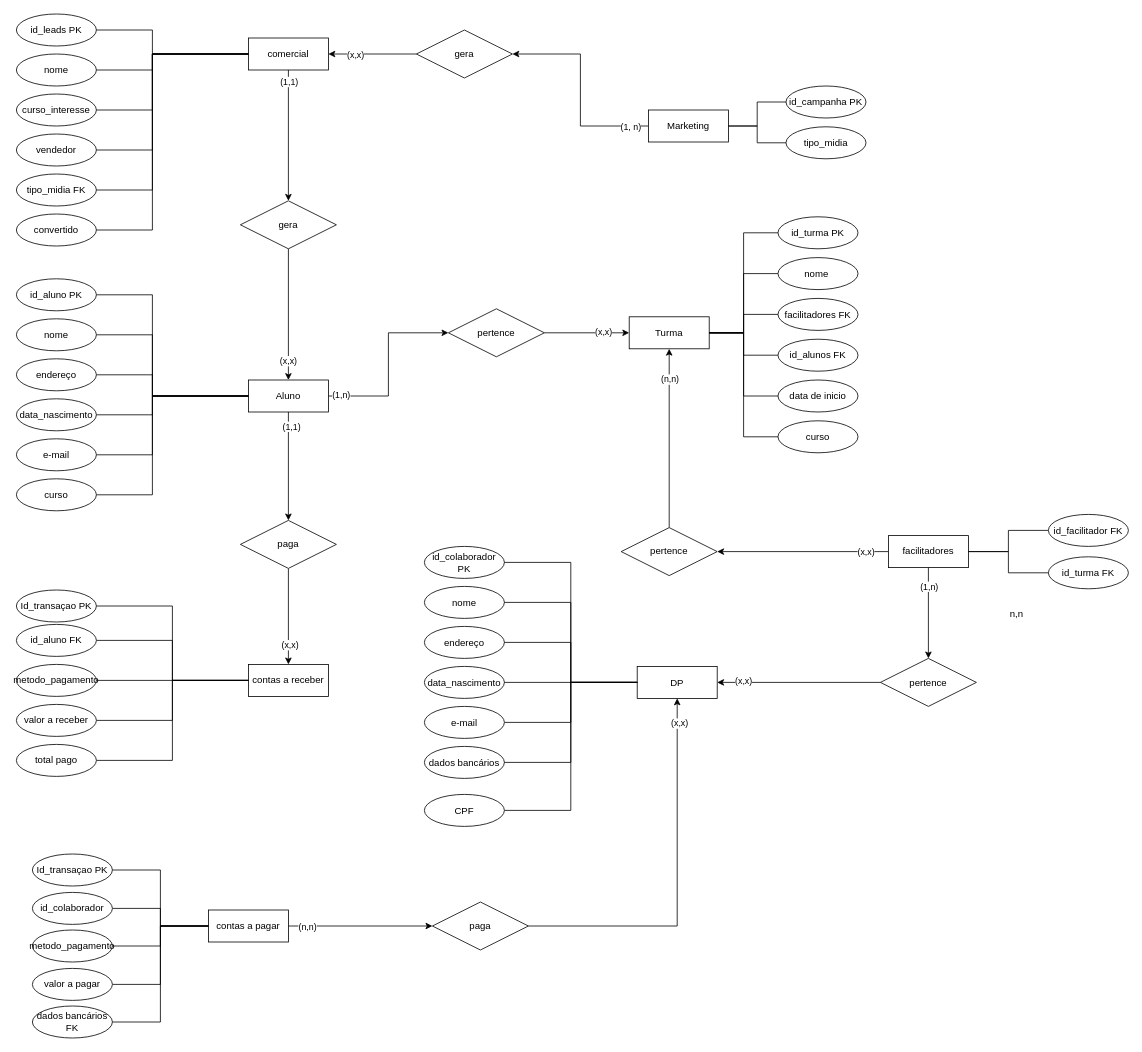
Earlier version of the draw.io diagram entidades secretaria e alunos.drawio (brunnabrito/projeto_modulo3_resilia_grupo1). Source tidied: cells renumbered, new cells numbered last; positions are measured from the earlier drawing's top-left corner, leaving out a move shared by most shapes. Both pictures are drawn from the tidied source at 80%, with x=0, y=0 at pixel (16, 14).
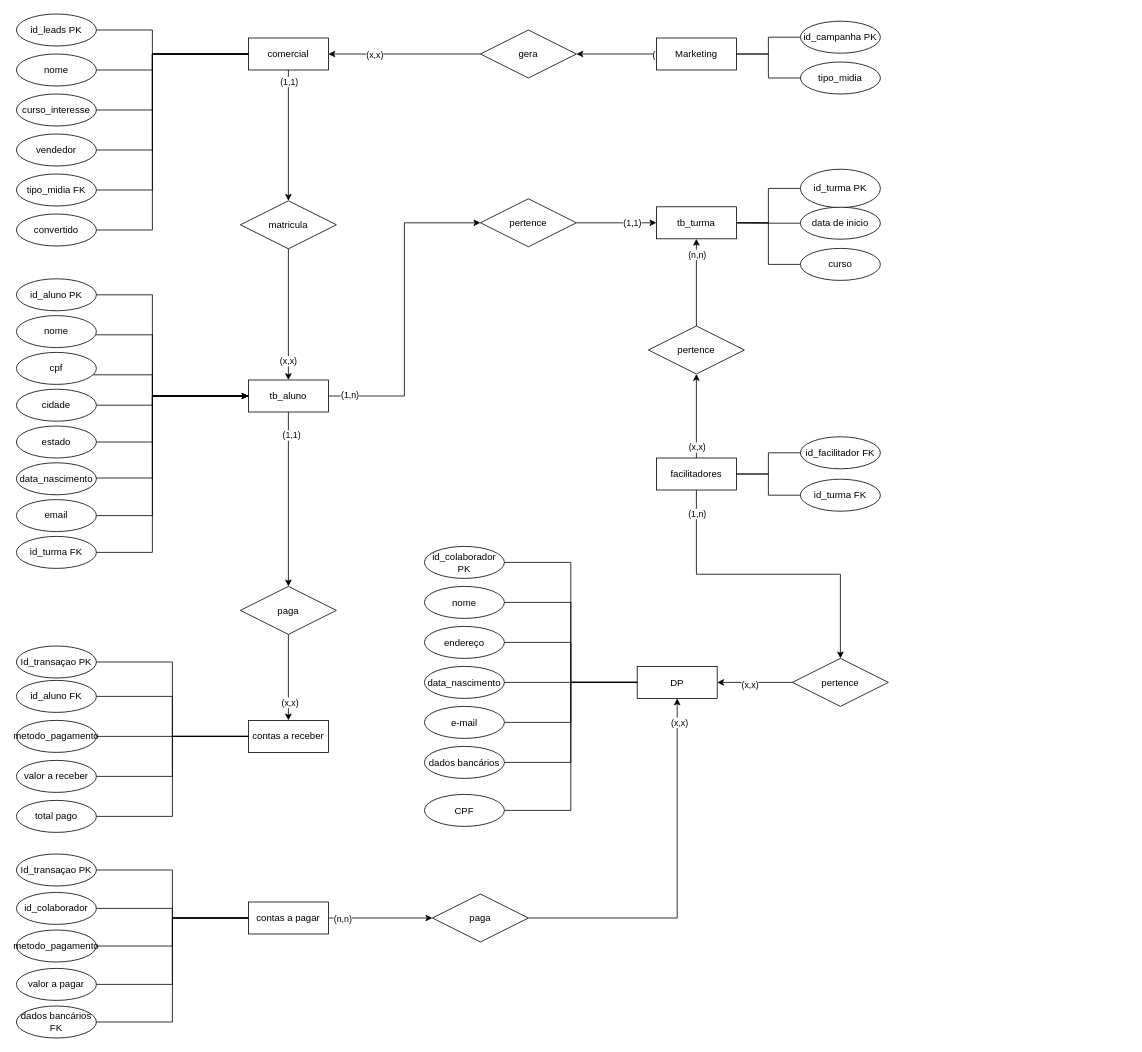
Above is the later version.

The change refers to these unchanged cells:
```xml
<mxCell id="32" style="edgeStyle=orthogonalEdgeStyle;rounded=0;jettySize=auto;html=1;" parent="1" edge="1" source="34" target="19">
  <mxGeometry relative="1" as="geometry" />
</mxCell>
<mxCell id="49" value="DP" style="whiteSpace=wrap;html=1;align=center;" parent="1" vertex="1">
  <mxGeometry x="776" y="815.5" width="100" height="40" as="geometry" />
</mxCell>
```

The edit, as a diff of the source:
```diff
@@
-    <mxCell id="6" value="Aluno" style="whiteSpace=wrap;html=1;align=center;" parent="1" vertex="1">
+    <mxCell id="6" value="tb_aluno" style="whiteSpace=wrap;html=1;align=center;" parent="1" vertex="1">
       <mxGeometry x="290" y="457.5" width="100" height="40" as="geometry" />
     </mxCell>
@@
     <mxCell id="10" value="nome" style="ellipse;whiteSpace=wrap;html=1;align=center;" parent="1" vertex="1">
-      <mxGeometry y="381" width="100" height="40" as="geometry" />
+      <mxGeometry y="377" width="100" height="40" as="geometry" />
     </mxCell>
@@
-    <mxCell id="12" value="endereço" style="ellipse;whiteSpace=wrap;html=1;align=center;" parent="1" vertex="1">
-      <mxGeometry y="431" width="100" height="40" as="geometry" />
+    <mxCell id="12" value="cpf" style="ellipse;whiteSpace=wrap;html=1;align=center;" parent="1" vertex="1">
+      <mxGeometry y="423" width="100" height="40" as="geometry" />
     </mxCell>
-    <mxCell id="13" style="edgeStyle=orthogonalEdgeStyle;rounded=0;jettySize=auto;html=1;entryX=0;entryY=0.5;entryDx=0;entryDy=0;endArrow=none;endFill=0;" parent="1" edge="1" source="14" target="6">
+    <mxCell id="13" style="edgeStyle=orthogonalEdgeStyle;rounded=0;jettySize=auto;html=1;entryX=0;entryY=0.5;entryDx=0;entryDy=0;endArrow=none;endFill=0;exitX=1;exitY=0.5;exitDx=0;exitDy=0;" parent="1" edge="1" source="14" target="6">
       <mxGeometry relative="1" as="geometry">
         <Array as="points">
-          <mxPoint x="170" y="501" />
+          <mxPoint x="170" y="489" />
           <mxPoint x="170" y="478" />
         </Array>
       </mxGeometry>
     </mxCell>
-    <mxCell id="14" value="data_nascimento" style="ellipse;whiteSpace=wrap;html=1;align=center;" parent="1" vertex="1">
-      <mxGeometry y="481" width="100" height="40" as="geometry" />
+    <mxCell id="14" value="cidade" style="ellipse;whiteSpace=wrap;html=1;align=center;" parent="1" vertex="1">
+      <mxGeometry y="469" width="100" height="40" as="geometry" />
     </mxCell>
     <mxCell id="15" style="edgeStyle=orthogonalEdgeStyle;rounded=0;jettySize=auto;html=1;entryX=0;entryY=0.5;entryDx=0;entryDy=0;endArrow=none;endFill=0;" parent="1" edge="1" source="16" target="6">
       <mxGeometry relative="1" as="geometry">
         <Array as="points">
-          <mxPoint x="170" y="551" />
+          <mxPoint x="170" y="535" />
           <mxPoint x="170" y="478" />
         </Array>
       </mxGeometry>
     </mxCell>
-    <mxCell id="16" value="e-mail" style="ellipse;whiteSpace=wrap;html=1;align=center;" parent="1" vertex="1">
-      <mxGeometry y="531" width="100" height="40" as="geometry" />
+    <mxCell id="16" value="estado" style="ellipse;whiteSpace=wrap;html=1;align=center;" parent="1" vertex="1">
+      <mxGeometry y="515" width="100" height="40" as="geometry" />
     </mxCell>
-    <mxCell id="17" style="edgeStyle=orthogonalEdgeStyle;rounded=0;jettySize=auto;html=1;entryX=0;entryY=0.5;entryDx=0;entryDy=0;endArrow=none;endFill=0;" parent="1" edge="1" source="18" target="6">
+    <mxCell id="17" style="edgeStyle=orthogonalEdgeStyle;rounded=0;jettySize=auto;html=1;entryX=0;entryY=0.5;entryDx=0;entryDy=0;endArrow=none;endFill=0;exitX=1;exitY=0.5;exitDx=0;exitDy=0;" parent="1" edge="1" source="18" target="6">
       <mxGeometry relative="1" as="geometry">
         <Array as="points">
-          <mxPoint x="170" y="601" />
+          <mxPoint x="170" y="580" />
           <mxPoint x="170" y="478" />
         </Array>
       </mxGeometry>
     </mxCell>
-    <mxCell id="18" value="curso" style="ellipse;whiteSpace=wrap;html=1;align=center;" parent="1" vertex="1">
-      <mxGeometry y="581" width="100" height="40" as="geometry" />
+    <mxCell id="18" value="data_nascimento" style="ellipse;whiteSpace=wrap;html=1;align=center;" parent="1" vertex="1">
+      <mxGeometry y="561" width="100" height="40" as="geometry" />
     </mxCell>
-    <mxCell id="19" value="Turma" style="whiteSpace=wrap;html=1;align=center;" parent="1" vertex="1">
-      <mxGeometry x="766" y="378.5" width="100" height="40" as="geometry" />
+    <mxCell id="19" value="tb_turma" style="whiteSpace=wrap;html=1;align=center;" parent="1" vertex="1">
+      <mxGeometry x="800" y="241" width="100" height="40" as="geometry" />
     </mxCell>
-    <mxCell id="20" style="edgeStyle=orthogonalEdgeStyle;rounded=0;jettySize=auto;html=1;entryX=1;entryY=0.5;entryDx=0;entryDy=0;endArrow=none;endFill=0;" parent="1" edge="1" source="21" target="19">
-      <mxGeometry relative="1" as="geometry" />
-    </mxCell>
-    <mxCell id="21" value="facilitadores FK" style="ellipse;whiteSpace=wrap;html=1;align=center;flipV=1;" parent="1" vertex="1">
-      <mxGeometry x="952" y="355.5" width="100" height="40" as="geometry" />
-    </mxCell>
-    <mxCell id="22" style="edgeStyle=orthogonalEdgeStyle;rounded=0;jettySize=auto;html=1;entryX=1;entryY=0.5;entryDx=0;entryDy=0;endArrow=none;endFill=0;" parent="1" edge="1" source="23" target="19">
-      <mxGeometry relative="1" as="geometry" />
-    </mxCell>
-    <mxCell id="23" value="nome&amp;nbsp;" style="ellipse;whiteSpace=wrap;html=1;align=center;flipV=1;" parent="1" vertex="1">
-      <mxGeometry x="952" y="304.5" width="100" height="40" as="geometry" />
-    </mxCell>
@@
     <mxCell id="25" value="id_turma PK" style="ellipse;whiteSpace=wrap;html=1;align=center;flipV=1;" parent="1" vertex="1">
-      <mxGeometry x="952" y="253.5" width="100" height="40" as="geometry" />
+      <mxGeometry x="980" y="194" width="100" height="48" as="geometry" />
     </mxCell>
-    <mxCell id="26" style="edgeStyle=orthogonalEdgeStyle;rounded=0;jettySize=auto;html=1;entryX=1;entryY=0.5;entryDx=0;entryDy=0;endArrow=none;endFill=0;" parent="1" edge="1" source="27" target="19">
-      <mxGeometry relative="1" as="geometry" />
-    </mxCell>
-    <mxCell id="27" value="id_alunos FK" style="ellipse;whiteSpace=wrap;html=1;align=center;flipV=1;" parent="1" vertex="1">
-      <mxGeometry x="952" y="406.5" width="100" height="40" as="geometry" />
-    </mxCell>
@@
     <mxCell id="29" value="data de inicio" style="ellipse;whiteSpace=wrap;html=1;align=center;flipV=1;" parent="1" vertex="1">
-      <mxGeometry x="952" y="457.5" width="100" height="40" as="geometry" />
+      <mxGeometry x="980" y="241.5" width="100" height="40" as="geometry" />
     </mxCell>
-    <mxCell id="30" style="edgeStyle=orthogonalEdgeStyle;rounded=0;jettySize=auto;html=1;entryX=1;entryY=0.5;entryDx=0;entryDy=0;endArrow=none;endFill=0;" parent="1" edge="1" source="31" target="19">
+    <mxCell id="30" style="edgeStyle=orthogonalEdgeStyle;rounded=0;jettySize=auto;html=1;entryX=1;entryY=0.5;entryDx=0;entryDy=0;endArrow=none;endFill=0;exitX=0;exitY=0.5;exitDx=0;exitDy=0;" parent="1" edge="1" source="31" target="19">
       <mxGeometry relative="1" as="geometry" />
     </mxCell>
     <mxCell id="31" value="curso" style="ellipse;whiteSpace=wrap;html=1;align=center;flipV=1;" parent="1" vertex="1">
-      <mxGeometry x="952" y="508.5" width="100" height="40" as="geometry" />
+      <mxGeometry x="980" y="293" width="100" height="40" as="geometry" />
     </mxCell>
@@
-    <mxCell id="33" value="(x,x)" style="edgeLabel;html=1;align=center;verticalAlign=middle;" parent="32" vertex="1">
+    <mxCell id="33" value="(1,1)" style="edgeLabel;html=1;align=center;verticalAlign=middle;" parent="32" vertex="1">
       <mxGeometry x="0.38" y="1" relative="1" as="geometry" />
     </mxCell>
     <mxCell id="34" value="pertence" style="shape=rhombus;perimeter=rhombusPerimeter;whiteSpace=wrap;html=1;align=center;" parent="1" vertex="1">
-      <mxGeometry x="540" y="368.5" width="120" height="60" as="geometry" />
+      <mxGeometry x="580" y="231" width="120" height="60" as="geometry" />
     </mxCell>
-    <mxCell id="35" style="edgeStyle=orthogonalEdgeStyle;rounded=0;jettySize=auto;html=1;entryX=1;entryY=0.5;entryDx=0;entryDy=0;" parent="1" edge="1" source="37" target="120">
+    <mxCell id="35" style="edgeStyle=orthogonalEdgeStyle;rounded=0;jettySize=auto;html=1;entryX=0.5;entryY=1;entryDx=0;entryDy=0;exitX=0.5;exitY=0;exitDx=0;exitDy=0;" parent="1" edge="1" source="37" target="120">
       <mxGeometry relative="1" as="geometry" />
     </mxCell>
@@
     <mxCell id="37" value="facilitadores" style="whiteSpace=wrap;html=1;align=center;" parent="1" vertex="1">
-      <mxGeometry x="1090" y="652" width="100" height="40" as="geometry" />
+      <mxGeometry x="800" y="555" width="100" height="40" as="geometry" />
     </mxCell>
@@
     <mxCell id="39" value="id_facilitador FK" style="ellipse;whiteSpace=wrap;html=1;align=center;" parent="1" vertex="1">
-      <mxGeometry x="1290" y="625.5" width="100" height="40" as="geometry" />
+      <mxGeometry x="980" y="528.5" width="100" height="40" as="geometry" />
     </mxCell>
@@
     <mxCell id="41" value="id_turma FK" style="ellipse;whiteSpace=wrap;html=1;align=center;" parent="1" vertex="1">
-      <mxGeometry x="1290" y="678.5" width="100" height="40" as="geometry" />
+      <mxGeometry x="980" y="581.5" width="100" height="40" as="geometry" />
     </mxCell>
@@
     <mxCell id="57" value="contas a receber" style="whiteSpace=wrap;html=1;align=center;" parent="1" vertex="1">
-      <mxGeometry x="290" y="813" width="100" height="40" as="geometry" />
+      <mxGeometry x="290" y="883" width="100" height="40" as="geometry" />
     </mxCell>
@@
     <mxCell id="59" value="id_aluno FK" style="ellipse;whiteSpace=wrap;html=1;align=center;" parent="1" vertex="1">
-      <mxGeometry y="763" width="100" height="40" as="geometry" />
+      <mxGeometry y="833" width="100" height="40" as="geometry" />
     </mxCell>
@@
     <mxCell id="61" value="metodo_pagamento" style="ellipse;whiteSpace=wrap;html=1;align=center;" parent="1" vertex="1">
-      <mxGeometry y="813" width="100" height="40" as="geometry" />
+      <mxGeometry y="883" width="100" height="40" as="geometry" />
     </mxCell>
@@
     <mxCell id="63" value="valor a receber" style="ellipse;whiteSpace=wrap;html=1;align=center;" parent="1" vertex="1">
-      <mxGeometry y="863" width="100" height="40" as="geometry" />
+      <mxGeometry y="933" width="100" height="40" as="geometry" />
     </mxCell>
@@
     <mxCell id="65" value="total pago" style="ellipse;whiteSpace=wrap;html=1;align=center;" parent="1" vertex="1">
-      <mxGeometry y="913" width="100" height="40" as="geometry" />
+      <mxGeometry y="983" width="100" height="40" as="geometry" />
     </mxCell>
@@
     <mxCell id="67" value="Id_transaçao PK" style="ellipse;whiteSpace=wrap;html=1;align=center;" parent="1" vertex="1">
-      <mxGeometry y="720" width="100" height="40" as="geometry" />
+      <mxGeometry y="790" width="100" height="40" as="geometry" />
     </mxCell>
@@
     <mxCell id="70" value="contas a pagar" style="whiteSpace=wrap;html=1;align=center;" parent="1" vertex="1">
-      <mxGeometry x="240" y="1120" width="100" height="40" as="geometry" />
+      <mxGeometry x="290" y="1110" width="100" height="40" as="geometry" />
     </mxCell>
@@
     <mxCell id="72" value="id_colaborador" style="ellipse;whiteSpace=wrap;html=1;align=center;" parent="1" vertex="1">
-      <mxGeometry x="20" y="1098" width="100" height="40" as="geometry" />
+      <mxGeometry y="1098" width="100" height="40" as="geometry" />
     </mxCell>
@@
     <mxCell id="74" value="metodo_pagamento" style="ellipse;whiteSpace=wrap;html=1;align=center;" parent="1" vertex="1">
-      <mxGeometry x="20" y="1145" width="100" height="40" as="geometry" />
+      <mxGeometry y="1145" width="100" height="40" as="geometry" />
     </mxCell>
@@
     <mxCell id="76" value="valor a pagar" style="ellipse;whiteSpace=wrap;html=1;align=center;" parent="1" vertex="1">
-      <mxGeometry x="20" y="1193" width="100" height="40" as="geometry" />
+      <mxGeometry y="1193" width="100" height="40" as="geometry" />
     </mxCell>
@@
     <mxCell id="78" value="Id_transaçao PK" style="ellipse;whiteSpace=wrap;html=1;align=center;" parent="1" vertex="1">
-      <mxGeometry x="20" y="1050" width="100" height="40" as="geometry" />
+      <mxGeometry y="1050" width="100" height="40" as="geometry" />
     </mxCell>
@@
     <mxCell id="94" value="Marketing" style="whiteSpace=wrap;html=1;align=center;" parent="1" vertex="1">
-      <mxGeometry x="790" y="120" width="100" height="40" as="geometry" />
+      <mxGeometry x="800" y="30" width="100" height="40" as="geometry" />
     </mxCell>
@@
     <mxCell id="96" value="tipo_midia" style="ellipse;whiteSpace=wrap;html=1;align=center;flipV=1;" parent="1" vertex="1">
-      <mxGeometry x="962" y="141" width="100" height="40" as="geometry" />
+      <mxGeometry x="980" y="60" width="100" height="40" as="geometry" />
     </mxCell>
@@
     <mxCell id="98" value="id_campanha PK" style="ellipse;whiteSpace=wrap;html=1;align=center;flipV=1;" parent="1" vertex="1">
-      <mxGeometry x="962" y="90" width="100" height="40" as="geometry" />
+      <mxGeometry x="980" y="9" width="100" height="40" as="geometry" />
     </mxCell>
@@
-    <mxCell id="101" value="gera" style="shape=rhombus;perimeter=rhombusPerimeter;whiteSpace=wrap;html=1;align=center;" parent="1" vertex="1">
+    <mxCell id="101" value="matricula" style="shape=rhombus;perimeter=rhombusPerimeter;whiteSpace=wrap;html=1;align=center;" parent="1" vertex="1">
       <mxGeometry x="280" y="233.5" width="120" height="60" as="geometry" />
     </mxCell>
-    <mxCell id="102" style="edgeStyle=orthogonalEdgeStyle;rounded=0;jettySize=auto;html=1;entryX=0.5;entryY=1;entryDx=0;entryDy=0;startArrow=classic;startFill=1;endArrow=none;endFill=0;" parent="1" edge="1" source="106" target="37">
+    <mxCell id="102" style="edgeStyle=orthogonalEdgeStyle;rounded=0;jettySize=auto;html=1;entryX=0.5;entryY=1;entryDx=0;entryDy=0;startArrow=classic;startFill=1;endArrow=none;endFill=0;exitX=0.5;exitY=0;exitDx=0;exitDy=0;" parent="1" edge="1" source="106" target="37">
       <mxGeometry relative="1" as="geometry" />
     </mxCell>
     <mxCell id="103" value="(1,n)" style="edgeLabel;html=1;align=center;verticalAlign=middle;" parent="102" vertex="1">
-      <mxGeometry x="0.58" relative="1" as="geometry" />
+      <mxGeometry x="0.58" relative="1" as="geometry">
+        <mxPoint y="-53" as="offset" />
+      </mxGeometry>
     </mxCell>
-    <mxCell id="104" style="edgeStyle=orthogonalEdgeStyle;rounded=0;jettySize=auto;html=1;entryX=1;entryY=0.5;entryDx=0;entryDy=0;" parent="1" edge="1" source="106" target="49">
+    <mxCell id="104" style="edgeStyle=orthogonalEdgeStyle;rounded=0;jettySize=auto;html=1;" parent="1" edge="1" source="106" target="49">
       <mxGeometry relative="1" as="geometry" />
     </mxCell>
     <mxCell id="105" value="(x,x)" style="edgeLabel;html=1;align=center;verticalAlign=middle;" parent="104" vertex="1">
-      <mxGeometry x="0.69" y="-2" relative="1" as="geometry" />
+      <mxGeometry x="0.14" y="3" relative="1" as="geometry" />
     </mxCell>
     <mxCell id="106" value="pertence" style="shape=rhombus;perimeter=rhombusPerimeter;whiteSpace=wrap;html=1;align=center;" parent="1" vertex="1">
-      <mxGeometry x="1080" y="805.5" width="120" height="60" as="geometry" />
+      <mxGeometry x="970" y="805.5" width="120" height="60" as="geometry" />
     </mxCell>
@@
     <mxCell id="109" value="paga" style="shape=rhombus;perimeter=rhombusPerimeter;whiteSpace=wrap;html=1;align=center;" parent="1" vertex="1">
-      <mxGeometry x="280" y="633" width="120" height="60" as="geometry" />
+      <mxGeometry x="280" y="715.5" width="120" height="60" as="geometry" />
     </mxCell>
@@
     <mxCell id="114" value="paga" style="shape=rhombus;perimeter=rhombusPerimeter;whiteSpace=wrap;html=1;align=center;" parent="1" vertex="1">
-      <mxGeometry x="520" y="1110" width="120" height="60" as="geometry" />
+      <mxGeometry x="520" y="1100" width="120" height="60" as="geometry" />
     </mxCell>
@@
     <mxCell id="117" value="gera" style="shape=rhombus;perimeter=rhombusPerimeter;whiteSpace=wrap;html=1;align=center;" parent="1" vertex="1">
-      <mxGeometry x="500" y="20" width="120" height="60" as="geometry" />
+      <mxGeometry x="580" y="20" width="120" height="60" as="geometry" />
     </mxCell>
@@
     <mxCell id="120" value="pertence" style="shape=rhombus;perimeter=rhombusPerimeter;whiteSpace=wrap;html=1;align=center;" parent="1" vertex="1">
-      <mxGeometry x="756" y="642" width="120" height="60" as="geometry" />
+      <mxGeometry x="790" y="390" width="120" height="60" as="geometry" />
     </mxCell>
@@
     <mxCell id="122" value="dados bancários FK" style="ellipse;whiteSpace=wrap;html=1;align=center;" parent="1" vertex="1">
-      <mxGeometry x="20" y="1240" width="100" height="40" as="geometry" />
+      <mxGeometry y="1240" width="100" height="40" as="geometry" />
     </mxCell>
-    <mxCell id="123" value="n,n" style="text;html=1;align=center;verticalAlign=middle;strokeColor=none;fillColor=none;" parent="1" vertex="1">
-      <mxGeometry x="1235" y="740" width="30" height="20" as="geometry" />
-    </mxCell>
+    <mxCell id="124" style="edgeStyle=orthogonalEdgeStyle;rounded=0;jettySize=auto;html=1;entryX=0;entryY=0.5;entryDx=0;entryDy=0;" parent="1" edge="1" source="125" target="6">
+      <mxGeometry relative="1" as="geometry">
+        <Array as="points">
+          <mxPoint x="170" y="627" />
+          <mxPoint x="170" y="478" />
+        </Array>
+      </mxGeometry>
+    </mxCell>
+    <mxCell id="125" value="email" style="ellipse;whiteSpace=wrap;html=1;align=center;" parent="1" vertex="1">
+      <mxGeometry y="607" width="100" height="40" as="geometry" />
+    </mxCell>
+    <mxCell id="126" style="edgeStyle=orthogonalEdgeStyle;rounded=0;jettySize=auto;html=1;entryX=0;entryY=0.5;entryDx=0;entryDy=0;" parent="1" edge="1" source="127" target="6">
+      <mxGeometry relative="1" as="geometry">
+        <Array as="points">
+          <mxPoint x="170" y="673" />
+          <mxPoint x="170" y="478" />
+        </Array>
+      </mxGeometry>
+    </mxCell>
+    <mxCell id="127" value="id_turma FK" style="ellipse;whiteSpace=wrap;html=1;align=center;" parent="1" vertex="1">
+      <mxGeometry y="653" width="100" height="40" as="geometry" />
+    </mxCell>
```
